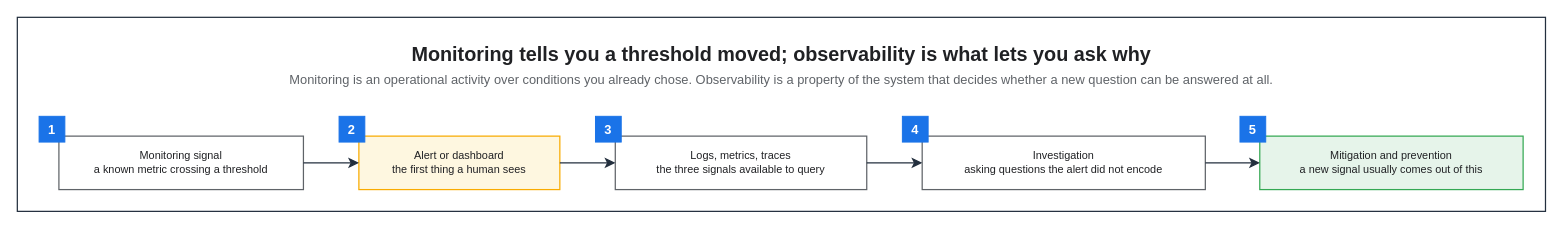
The draw.io diagram assets/img/observability/monitoring-observability-flow.drawio in KKamJi98/kkamji98.github.io, before the edit. Source tidied: cells renumbered, new cells numbered last; positions are measured from the earlier drawing's top-left corner, leaving out a move shared by most shapes. Both pictures are drawn from the tidied source at 99%, with x=0, y=0 at pixel (17, 17).
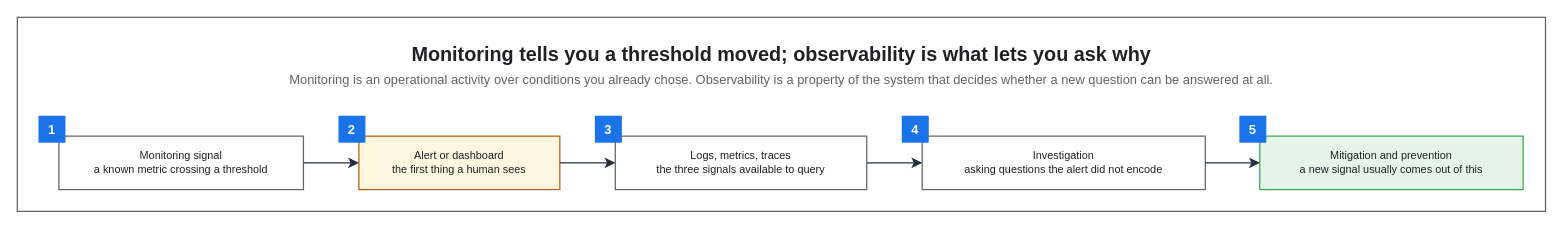
After the change.

What changed in the source:
```diff
@@
 <mxGraphModel background="#FFFFFF">
   <root>
     <mxCell id="0" />
     <mxCell id="1" parent="0" />
-    <mxCell id="2" style="rounded=0;html=0;fillColor=none;strokeColor=#232F3E;fontColor=#202124;strokeWidth=1.25;" parent="1" vertex="1">
+    <mxCell id="2" style="rounded=0;html=0;fillColor=none;strokeColor=#5F6368;fontColor=#202124;strokeWidth=1.25;" parent="1" vertex="1">
       <mxGeometry width="1543.6" height="196" as="geometry" />
     </mxCell>
     <mxCell id="3" value="Monitoring tells you a threshold moved; observability is what lets you ask why" style="text;html=0;whiteSpace=wrap;fillColor=none;strokeColor=none;fontColor=#202124;fontSize=20;fontStyle=1;align=center;verticalAlign=middle;" parent="1" vertex="1">
       <mxGeometry x="22" y="22" width="1499.6" height="30" as="geometry" />
     </mxCell>
     <mxCell id="4" value="Monitoring is an operational activity over conditions you already chose. Observability is a property of the system that decides whether a new question can be answered at all." style="text;html=0;whiteSpace=wrap;fillColor=none;strokeColor=none;fontColor=#5F6368;fontSize=13;fontStyle=0;align=center;verticalAlign=middle;" parent="1" vertex="1">
       <mxGeometry x="22" y="52" width="1499.6" height="22" as="geometry" />
     </mxCell>
     <mxCell id="5" value="Monitoring signal&#10;a known metric crossing a threshold" style="rounded=0;whiteSpace=wrap;html=0;fillColor=#FFFFFF;strokeColor=#5F6368;fontColor=#202124;fontSize=11;fontStyle=0;align=center;verticalAlign=middle;spacingLeft=6;spacingRight=6;strokeWidth=1.25;" parent="1" vertex="1">
       <mxGeometry x="42" y="120" width="247" height="54" as="geometry" />
     </mxCell>
-    <mxCell id="6" value="Alert or dashboard&#10;the first thing a human sees" style="rounded=0;whiteSpace=wrap;html=0;fillColor=#FEF7E0;strokeColor=#F9AB00;fontColor=#202124;fontSize=11;fontStyle=0;align=center;verticalAlign=middle;spacingLeft=6;spacingRight=6;strokeWidth=1.25;" parent="1" vertex="1">
+    <mxCell id="6" value="Alert or dashboard&#10;the first thing a human sees" style="rounded=0;whiteSpace=wrap;html=0;fillColor=#FEF7E0;strokeColor=#B06000;fontColor=#202124;fontSize=11;fontStyle=0;align=center;verticalAlign=middle;spacingLeft=6;spacingRight=6;strokeWidth=1.25;" parent="1" vertex="1">
       <mxGeometry x="345" y="120" width="203" height="54" as="geometry" />
     </mxCell>
     <mxCell id="7" value="Logs, metrics, traces&#10;the three signals available to query" style="rounded=0;whiteSpace=wrap;html=0;fillColor=#FFFFFF;strokeColor=#5F6368;fontColor=#202124;fontSize=11;fontStyle=0;align=center;verticalAlign=middle;spacingLeft=6;spacingRight=6;strokeWidth=1.25;" parent="1" vertex="1">
       <mxGeometry x="604" y="120" width="254" height="54" as="geometry" />
     </mxCell>
     <mxCell id="8" value="Investigation&#10;asking questions the alert did not encode" style="rounded=0;whiteSpace=wrap;html=0;fillColor=#FFFFFF;strokeColor=#5F6368;fontColor=#202124;fontSize=11;fontStyle=0;align=center;verticalAlign=middle;spacingLeft=6;spacingRight=6;strokeWidth=1.25;" parent="1" vertex="1">
       <mxGeometry x="914" y="120" width="286" height="54" as="geometry" />
     </mxCell>
     <mxCell id="9" value="Mitigation and prevention&#10;a new signal usually comes out of this" style="rounded=0;whiteSpace=wrap;html=0;fillColor=#E6F4EA;strokeColor=#34A853;fontColor=#202124;fontSize=11;fontStyle=0;align=center;verticalAlign=middle;spacingLeft=6;spacingRight=6;strokeWidth=1.25;" parent="1" vertex="1">
       <mxGeometry x="1255" y="120" width="266" height="54" as="geometry" />
     </mxCell>
-    <mxCell id="10" value="1" style="rounded=0;whiteSpace=wrap;html=0;fillColor=#1A73E8;strokeColor=#1A73E8;fontColor=#FFFFFF;fontSize=13;fontStyle=1;align=center;verticalAlign=middle;" parent="1" vertex="1">
+    <mxCell id="10" value="1" style="rounded=0;whiteSpace=wrap;html=0;fillColor=#1A73E8;strokeColor=#1A73E8;fontColor=#FFFFFF;fontSize=13;fontStyle=1;align=center;verticalAlign=middle;strokeWidth=1.25;" parent="1" vertex="1">
       <mxGeometry x="22" y="100" width="26" height="26" as="geometry" />
     </mxCell>
-    <mxCell id="11" value="2" style="rounded=0;whiteSpace=wrap;html=0;fillColor=#1A73E8;strokeColor=#1A73E8;fontColor=#FFFFFF;fontSize=13;fontStyle=1;align=center;verticalAlign=middle;" parent="1" vertex="1">
+    <mxCell id="11" value="2" style="rounded=0;whiteSpace=wrap;html=0;fillColor=#1A73E8;strokeColor=#1A73E8;fontColor=#FFFFFF;fontSize=13;fontStyle=1;align=center;verticalAlign=middle;strokeWidth=1.25;" parent="1" vertex="1">
       <mxGeometry x="325" y="100" width="26" height="26" as="geometry" />
     </mxCell>
-    <mxCell id="12" value="3" style="rounded=0;whiteSpace=wrap;html=0;fillColor=#1A73E8;strokeColor=#1A73E8;fontColor=#FFFFFF;fontSize=13;fontStyle=1;align=center;verticalAlign=middle;" parent="1" vertex="1">
+    <mxCell id="12" value="3" style="rounded=0;whiteSpace=wrap;html=0;fillColor=#1A73E8;strokeColor=#1A73E8;fontColor=#FFFFFF;fontSize=13;fontStyle=1;align=center;verticalAlign=middle;strokeWidth=1.25;" parent="1" vertex="1">
       <mxGeometry x="584" y="100" width="26" height="26" as="geometry" />
     </mxCell>
-    <mxCell id="13" value="4" style="rounded=0;whiteSpace=wrap;html=0;fillColor=#1A73E8;strokeColor=#1A73E8;fontColor=#FFFFFF;fontSize=13;fontStyle=1;align=center;verticalAlign=middle;" parent="1" vertex="1">
+    <mxCell id="13" value="4" style="rounded=0;whiteSpace=wrap;html=0;fillColor=#1A73E8;strokeColor=#1A73E8;fontColor=#FFFFFF;fontSize=13;fontStyle=1;align=center;verticalAlign=middle;strokeWidth=1.25;" parent="1" vertex="1">
       <mxGeometry x="894" y="100" width="26" height="26" as="geometry" />
     </mxCell>
-    <mxCell id="14" value="5" style="rounded=0;whiteSpace=wrap;html=0;fillColor=#1A73E8;strokeColor=#1A73E8;fontColor=#FFFFFF;fontSize=13;fontStyle=1;align=center;verticalAlign=middle;" parent="1" vertex="1">
+    <mxCell id="14" value="5" style="rounded=0;whiteSpace=wrap;html=0;fillColor=#1A73E8;strokeColor=#1A73E8;fontColor=#FFFFFF;fontSize=13;fontStyle=1;align=center;verticalAlign=middle;strokeWidth=1.25;" parent="1" vertex="1">
       <mxGeometry x="1235" y="100" width="26" height="26" as="geometry" />
     </mxCell>
     <mxCell id="15" style="edgeStyle=orthogonalEdgeStyle;rounded=0;html=0;strokeColor=#232F3E;strokeWidth=1.25;endArrow=classic;endFill=1;endSize=7;fontSize=11;fontColor=#202124;labelBackgroundColor=none;jettySize=14;exitX=1;exitY=0.5;entryX=0;entryY=0.5;exitDx=0;exitDy=0;entryDx=0;entryDy=0;" parent="1" edge="1" source="5" target="6">
       <mxGeometry relative="1" as="geometry" />
     </mxCell>
     <mxCell id="16" style="edgeStyle=orthogonalEdgeStyle;rounded=0;html=0;strokeColor=#232F3E;strokeWidth=1.25;endArrow=classic;endFill=1;endSize=7;fontSize=11;fontColor=#202124;labelBackgroundColor=none;jettySize=14;exitX=1;exitY=0.5;entryX=0;entryY=0.5;exitDx=0;exitDy=0;entryDx=0;entryDy=0;" parent="1" edge="1" source="6" target="7">
       <mxGeometry relative="1" as="geometry" />
     </mxCell>
     <mxCell id="17" style="edgeStyle=orthogonalEdgeStyle;rounded=0;html=0;strokeColor=#232F3E;strokeWidth=1.25;endArrow=classic;endFill=1;endSize=7;fontSize=11;fontColor=#202124;labelBackgroundColor=none;jettySize=14;exitX=1;exitY=0.5;entryX=0;entryY=0.5;exitDx=0;exitDy=0;entryDx=0;entryDy=0;" parent="1" edge="1" source="7" target="8">
       <mxGeometry relative="1" as="geometry" />
     </mxCell>
     <mxCell id="18" style="edgeStyle=orthogonalEdgeStyle;rounded=0;html=0;strokeColor=#232F3E;strokeWidth=1.25;endArrow=classic;endFill=1;endSize=7;fontSize=11;fontColor=#202124;labelBackgroundColor=none;jettySize=14;exitX=1;exitY=0.5;entryX=0;entryY=0.5;exitDx=0;exitDy=0;entryDx=0;entryDy=0;" parent="1" edge="1" source="8" target="9">
       <mxGeometry relative="1" as="geometry" />
     </mxCell>
   </root>
 </mxGraphModel>
```
